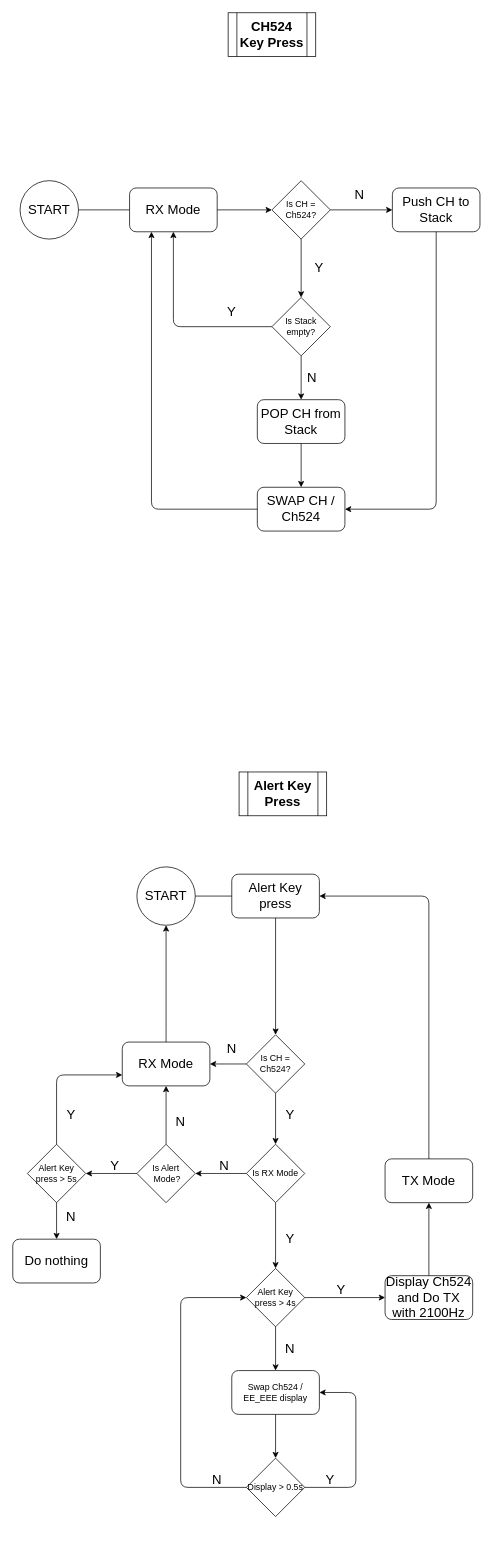
Earlier version of the draw.io diagram Untitled Diagram.drawio (kevinl8890/flowchart). Source tidied: cells renumbered, new cells numbered last; positions are measured from the earlier drawing's top-left corner, leaving out a move shared by most shapes. Both pictures are drawn from the tidied source at 73%, with x=0, y=0 at pixel (12, 12).
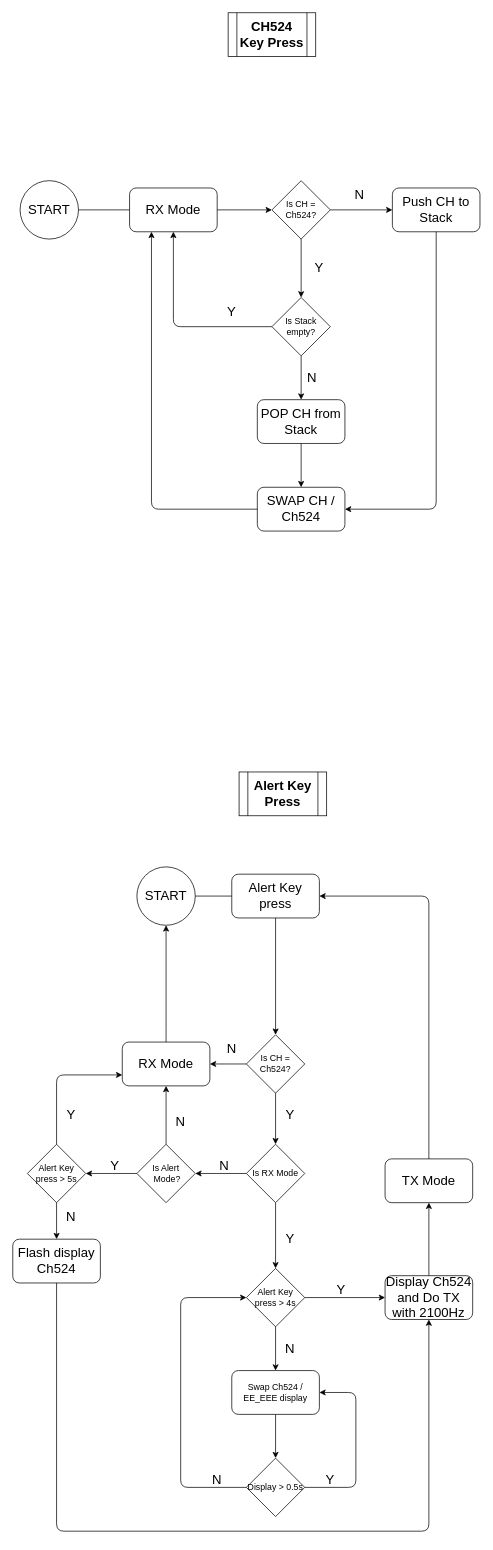
After the change.

Unchanged cells that the change refers to:
```xml
<mxCell id="32" value="&lt;font style=&quot;font-size: 18px&quot;&gt;Display Ch524 and Do TX with 2100Hz&lt;/font&gt;" style="rounded=1;whiteSpace=wrap;html=1;" parent="1" vertex="1">
  <mxGeometry x="510" y="1730" width="120" height="60" as="geometry" />
</mxCell>
```

What changed in the source:
```diff
@@
-    <mxCell id="29" value="&lt;font style=&quot;font-size: 18px&quot;&gt;Do nothing&lt;/font&gt;" style="rounded=1;whiteSpace=wrap;html=1;" parent="1" vertex="1">
+    <mxCell id="29" value="&lt;font style=&quot;font-size: 18px&quot;&gt;Flash display Ch524&lt;br&gt;&lt;/font&gt;" style="rounded=1;whiteSpace=wrap;html=1;" parent="1" vertex="1">
       <mxGeometry y="1680" width="120" height="60" as="geometry" />
     </mxCell>
@@
+    <mxCell id="67" style="endArrow=classic;html=1;exitX=0.5;exitY=1;exitDx=0;exitDy=0;entryX=0.5;entryY=1;entryDx=0;entryDy=0;" parent="1" edge="1" source="29" target="32">
+      <mxGeometry relative="1" as="geometry">
+        <Array as="points">
+          <mxPoint x="60" y="2080" />
+          <mxPoint x="570" y="2080" />
+        </Array>
+      </mxGeometry>
+    </mxCell>
```
